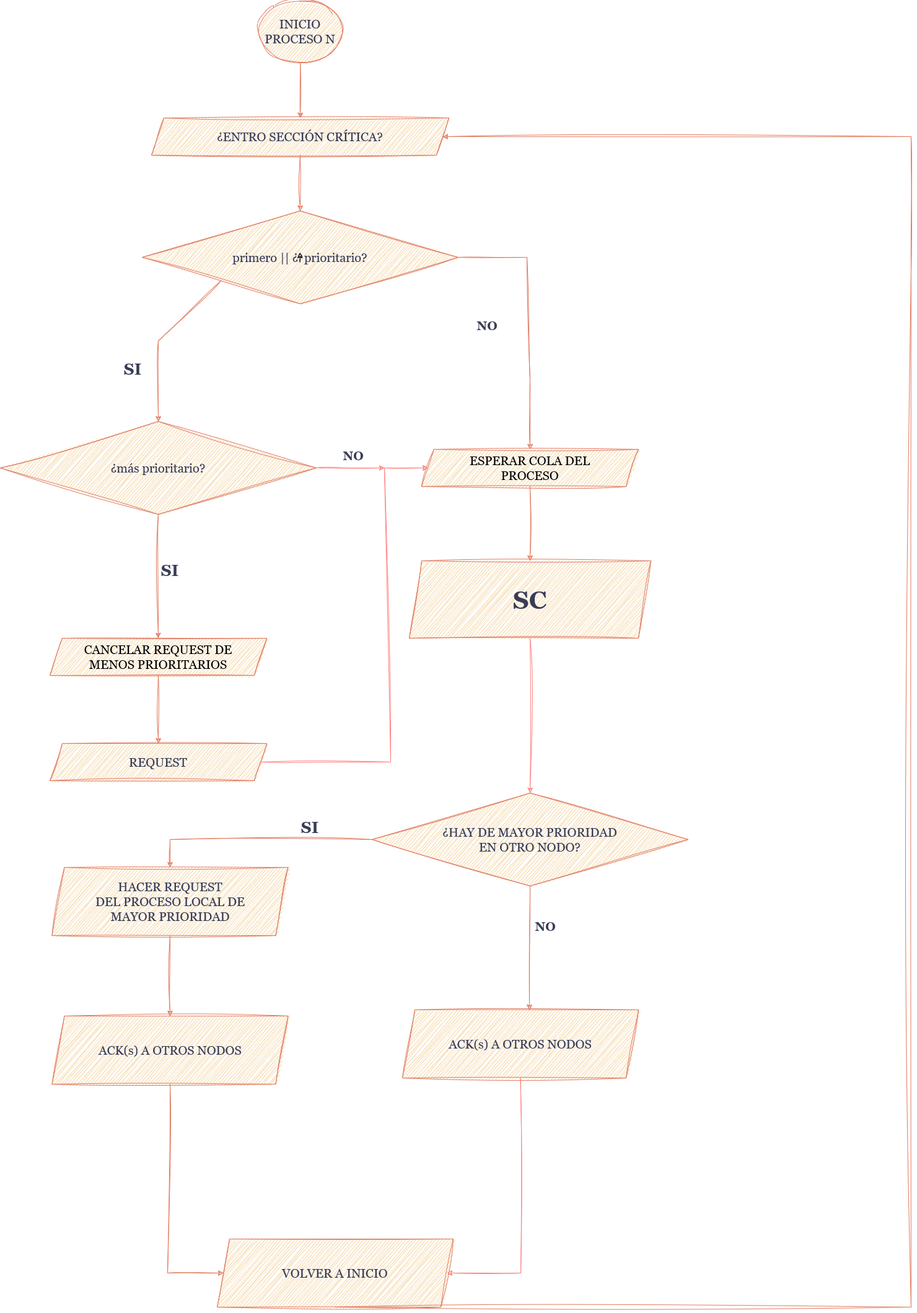
Before: Diagrama_fase1.drawio.png, a diagram exported from draw.io (arias22/PROYECTO_CON_TICKETS). Source tidied: cells renumbered, new cells last; positions are measured from the earlier drawing's top-left corner, leaving out a move shared by most shapes.
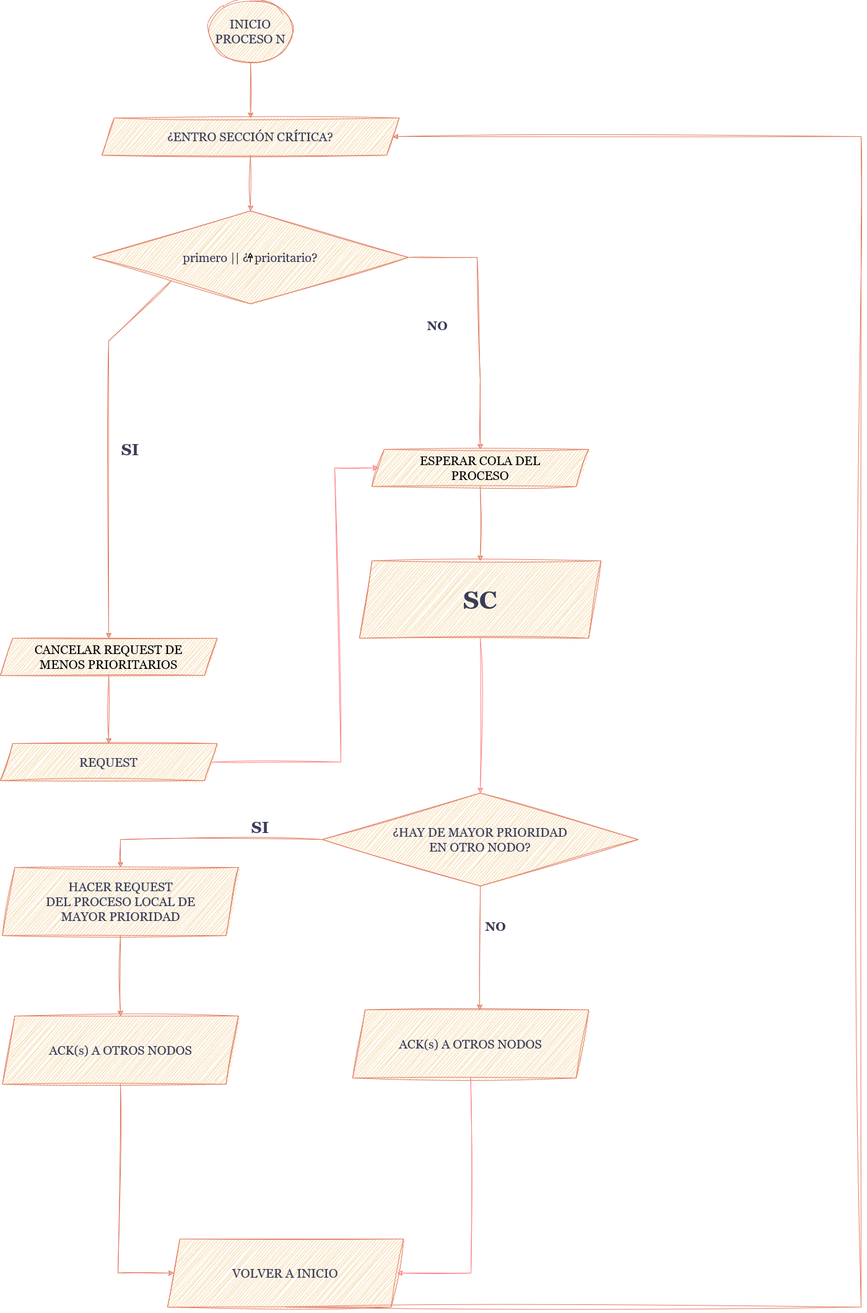
Later version of the same file.

Diff of the diagram source:
```diff
@@ -9,7 +9,7 @@
       <mxGeometry x="229" y="340" width="510" height="150" as="geometry" />
     </mxCell>
     <mxCell id="4" value="&lt;b&gt;&lt;font style=&quot;font-size: 26px;&quot;&gt;SI&lt;/font&gt;&lt;/b&gt;" style="text;html=1;strokeColor=none;fillColor=none;align=center;verticalAlign=middle;whiteSpace=wrap;rounded=0;fontSize=20;fontFamily=Georgia;fontColor=#393C56;" parent="1" vertex="1">
-      <mxGeometry x="184" y="580" width="60" height="30" as="geometry" />
+      <mxGeometry x="260" y="710" width="60" height="30" as="geometry" />
     </mxCell>
     <mxCell id="5" style="endArrow=classic;html=1;rounded=0;sketch=1;hachureGap=4;jiggle=2;curveFitting=1;strokeColor=#E07A5F;fontFamily=Georgia;fontSize=16;fontColor=#393C56;fillColor=#F2CC8F;exitX=1;exitY=0.5;exitDx=0;exitDy=0;entryX=0.5;entryY=0;entryDx=0;entryDy=0;" parent="1" edge="1" source="3" target="7">
       <mxGeometry relative="1" as="geometry">
@@ -40,10 +40,7 @@
         <mxPoint x="483.7" y="407.5" as="targetPoint" />
       </mxGeometry>
     </mxCell>
-    <mxCell id="12" value="¿más prioritario?" style="rhombus;whiteSpace=wrap;html=1;sketch=1;hachureGap=4;jiggle=2;curveFitting=1;strokeColor=#E07A5F;fontFamily=Georgia;fontSize=20;fontColor=#393C56;fillColor=#F2CC8F;" parent="1" vertex="1">
-      <mxGeometry y="680" width="510" height="150" as="geometry" />
-    </mxCell>
-    <mxCell id="13" style="endArrow=classic;html=1;rounded=0;sketch=1;hachureGap=4;jiggle=2;curveFitting=1;strokeColor=#E07A5F;fontFamily=Georgia;fontSize=16;fontColor=#393C56;fillColor=#F2CC8F;exitX=0;exitY=1;exitDx=0;exitDy=0;entryX=0.5;entryY=0;entryDx=0;entryDy=0;" parent="1" edge="1" source="3" target="12">
+    <mxCell id="13" style="endArrow=classic;html=1;rounded=0;sketch=1;hachureGap=4;jiggle=2;curveFitting=1;strokeColor=#E07A5F;fontFamily=Georgia;fontSize=16;fontColor=#393C56;fillColor=#F2CC8F;exitX=0;exitY=1;exitDx=0;exitDy=0;entryX=0.5;entryY=0;entryDx=0;entryDy=0;" parent="1" edge="1" source="3" target="14">
       <mxGeometry relative="1" as="geometry">
         <Array as="points">
           <mxPoint x="255" y="550" />
@@ -53,12 +50,6 @@
     <mxCell id="14" value="&lt;div&gt;&lt;font color=&quot;#000000&quot;&gt;CANCELAR REQUEST DE &lt;br&gt;&lt;/font&gt;&lt;/div&gt;&lt;div&gt;&lt;font color=&quot;#000000&quot;&gt;MENOS PRIORITARIOS&lt;br&gt;&lt;/font&gt;&lt;/div&gt;" style="shape=parallelogram;perimeter=parallelogramPerimeter;whiteSpace=wrap;html=1;fixedSize=1;sketch=1;hachureGap=4;jiggle=2;curveFitting=1;strokeColor=#E07A5F;fontFamily=Georgia;fontSize=20;fontColor=#393C56;fillColor=#F2CC8F;verticalAlign=middle;" parent="1" vertex="1">
       <mxGeometry x="80" y="1030" width="350" height="60" as="geometry" />
     </mxCell>
-    <mxCell id="15" style="endArrow=classic;html=1;rounded=0;sketch=1;hachureGap=4;jiggle=2;curveFitting=1;fontFamily=Architects Daughter;fontSource=https%3A%2F%2Ffonts.googleapis.com%2Fcss%3Ffamily%3DArchitects%2BDaughter;fontSize=16;strokeColor=#E07A5F;entryX=0.5;entryY=0;entryDx=0;entryDy=0;exitX=0.5;exitY=1;exitDx=0;exitDy=0;" parent="1" edge="1" source="12" target="14">
-      <mxGeometry relative="1" as="geometry" />
-    </mxCell>
-    <mxCell id="16" value="&lt;b&gt;&lt;font style=&quot;font-size: 26px;&quot;&gt;SI&lt;/font&gt;&lt;/b&gt;" style="text;html=1;strokeColor=none;fillColor=none;align=center;verticalAlign=middle;whiteSpace=wrap;rounded=0;fontSize=20;fontFamily=Georgia;fontColor=#393C56;" parent="1" vertex="1">
-      <mxGeometry x="244" y="905" width="60" height="30" as="geometry" />
-    </mxCell>
     <mxCell id="17" value="REQUEST" style="shape=parallelogram;perimeter=parallelogramPerimeter;whiteSpace=wrap;html=1;fixedSize=1;sketch=1;hachureGap=4;jiggle=2;curveFitting=1;strokeColor=#E07A5F;fontFamily=Georgia;fontSize=20;fontColor=#393C56;fillColor=#F2CC8F;verticalAlign=middle;" parent="1" vertex="1">
       <mxGeometry x="80" y="1200" width="350" height="60" as="geometry" />
     </mxCell>
@@ -73,14 +64,6 @@
         </Array>
       </mxGeometry>
     </mxCell>
-    <mxCell id="20" style="endArrow=classic;html=1;rounded=0;sketch=1;hachureGap=4;jiggle=2;curveFitting=1;fontFamily=Architects Daughter;fontSource=https%3A%2F%2Ffonts.googleapis.com%2Fcss%3Ffamily%3DArchitects%2BDaughter;fontSize=16;strokeColor=#ff8080;exitX=1;exitY=0.5;exitDx=0;exitDy=0;" parent="1" edge="1" source="12">
-      <mxGeometry relative="1" as="geometry">
-        <mxPoint x="620" y="755" as="targetPoint" />
-      </mxGeometry>
-    </mxCell>
-    <mxCell id="21" value="&lt;b&gt;NO&lt;/b&gt;" style="text;html=1;strokeColor=none;fillColor=none;align=center;verticalAlign=middle;whiteSpace=wrap;rounded=0;fontSize=20;fontFamily=Georgia;fontColor=#393C56;" parent="1" vertex="1">
-      <mxGeometry x="540" y="720" width="60" height="30" as="geometry" />
-    </mxCell>
     <mxCell id="22" value="&lt;h1&gt;SC&lt;/h1&gt;" style="shape=parallelogram;perimeter=parallelogramPerimeter;whiteSpace=wrap;html=1;fixedSize=1;sketch=1;hachureGap=4;jiggle=2;curveFitting=1;strokeColor=#E07A5F;fontFamily=Georgia;fontSize=20;fontColor=#393C56;fillColor=#F2CC8F;verticalAlign=middle;" parent="1" vertex="1">
       <mxGeometry x="660" y="905" width="390" height="125" as="geometry" />
     </mxCell>
```
